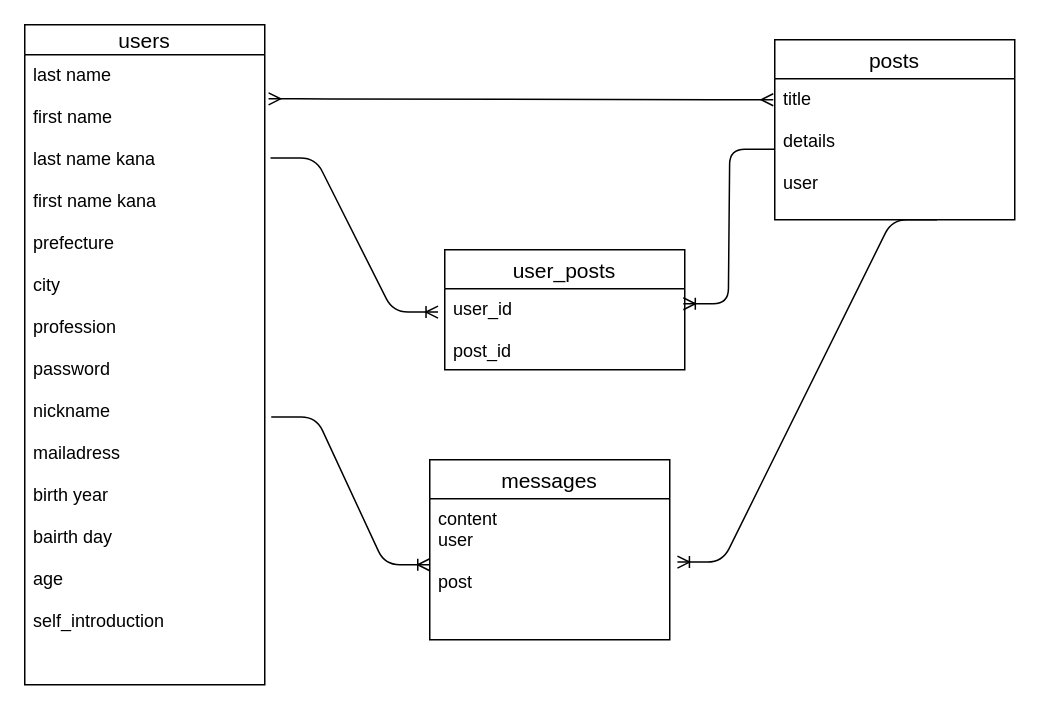
Above: come_together.dio in hoya-syta/come-together (draw.io), before the change. Source tidied: cells renumbered, new cells numbered last; positions are measured from the earlier drawing's top-left corner, leaving out a move shared by most shapes. Both pictures are drawn from the tidied source at 150%, with x=0, y=0 at pixel (24, 24).
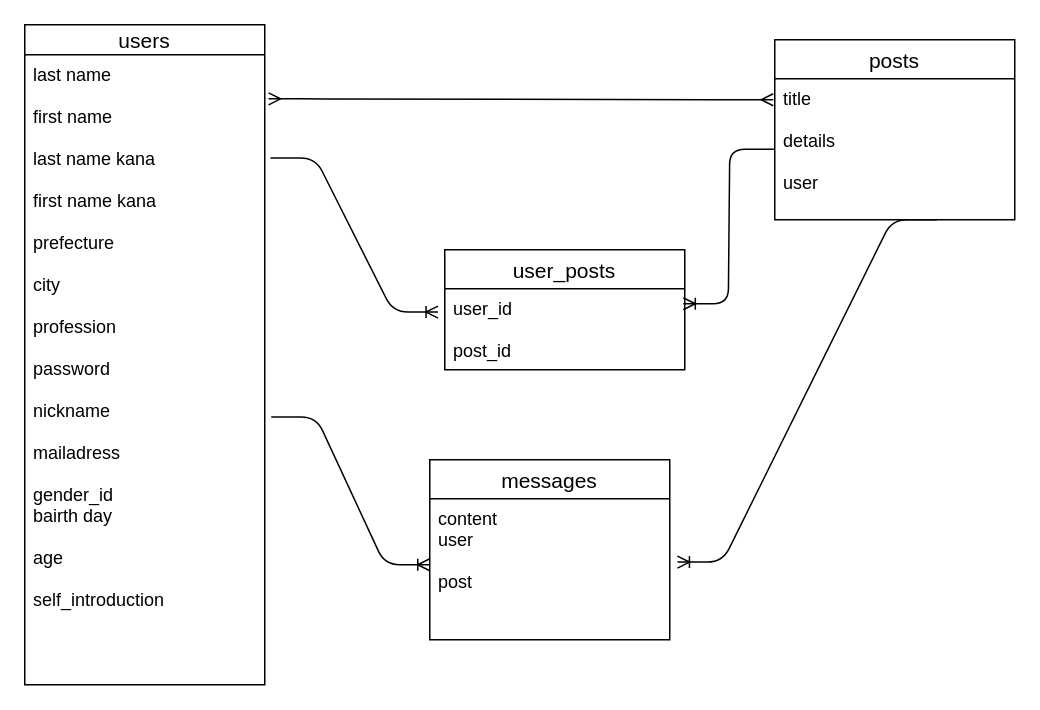
The same diagram, later.

The edit, as a diff of the source:
```diff
@@
 <mxGraphModel>
   <root>
     <mxCell id="0" />
     <mxCell id="1" parent="0" />
     <mxCell id="2" value="users" style="swimlane;fontStyle=0;horizontal=1;startSize=20;align=center;fontSize=14;" parent="1" vertex="1">
       <mxGeometry width="160" height="440" as="geometry" />
     </mxCell>
-    <mxCell id="3" value="last name&#10;&#10;first name&#10;&#10;last name kana&#10;&#10;first name kana&#10;&#10;prefecture&#10;&#10;city&#10;&#10;profession&#10;&#10;password&#10;&#10;nickname&#10;&#10;mailadress&#10;&#10;birth year&#10;&#10;bairth day&#10;&#10;age&#10;&#10;self_introduction&#10;" style="text;strokeColor=none;fillColor=none;spacingLeft=4;spacingRight=4;overflow=hidden;points=[[0,0.5],[1,0.5]];portConstraint=eastwest;fontSize=12;" parent="2" vertex="1">
+    <mxCell id="3" value="last name&#10;&#10;first name&#10;&#10;last name kana&#10;&#10;first name kana&#10;&#10;prefecture&#10;&#10;city&#10;&#10;profession&#10;&#10;password&#10;&#10;nickname&#10;&#10;mailadress&#10;&#10;gender_id &#10;bairth day&#10;&#10;age&#10;&#10;self_introduction&#10;" style="text;strokeColor=none;fillColor=none;spacingLeft=4;spacingRight=4;overflow=hidden;points=[[0,0.5],[1,0.5]];portConstraint=eastwest;fontSize=12;" parent="2" vertex="1">
       <mxGeometry y="20" width="160" height="420" as="geometry" />
     </mxCell>
     <mxCell id="4" value="posts" style="swimlane;fontStyle=0;horizontal=1;startSize=26;align=center;fontSize=14;" parent="1" vertex="1">
       <mxGeometry x="500" y="10" width="160" height="120" as="geometry" />
     </mxCell>
     <mxCell id="5" value="title&#10;&#10;details&#10;&#10;user&#10;&#10;" style="text;strokeColor=none;fillColor=none;spacingLeft=4;spacingRight=4;overflow=hidden;points=[[0,0.5],[1,0.5]];portConstraint=eastwest;fontSize=12;" parent="4" vertex="1">
       <mxGeometry y="26" width="160" height="94" as="geometry" />
     </mxCell>
     <mxCell id="6" value="messages" style="swimlane;fontStyle=0;horizontal=1;startSize=26;align=center;fontSize=14;" parent="1" vertex="1">
       <mxGeometry x="270" y="290" width="160" height="120" as="geometry" />
     </mxCell>
     <mxCell id="7" value="content&#10;user&#10;&#10;post&#10;" style="text;strokeColor=none;fillColor=none;spacingLeft=4;spacingRight=4;overflow=hidden;points=[[0,0.5],[1,0.5]];portConstraint=eastwest;fontSize=12;" parent="6" vertex="1">
       <mxGeometry y="26" width="160" height="94" as="geometry" />
     </mxCell>
     <mxCell id="8" value="user_posts" style="swimlane;fontStyle=0;horizontal=1;startSize=26;align=center;fontSize=14;" parent="1" vertex="1">
       <mxGeometry x="280" y="150" width="160" height="80" as="geometry" />
     </mxCell>
     <mxCell id="9" value="user_id&#10;&#10;post_id&#10;" style="text;strokeColor=none;fillColor=none;spacingLeft=4;spacingRight=4;overflow=hidden;points=[[0,0.5],[1,0.5]];portConstraint=eastwest;fontSize=12;" parent="8" vertex="1">
       <mxGeometry y="26" width="160" height="54" as="geometry" />
     </mxCell>
     <mxCell id="10" style="edgeStyle=entityRelationEdgeStyle;fontSize=12;html=1;endArrow=ERoneToMany;exitX=1.024;exitY=0.164;exitDx=0;exitDy=0;exitPerimeter=0;entryX=-0.028;entryY=0.288;entryDx=0;entryDy=0;entryPerimeter=0;" parent="1" edge="1" source="3" target="9">
       <mxGeometry relative="1" as="geometry" />
     </mxCell>
     <mxCell id="11" style="edgeStyle=entityRelationEdgeStyle;fontSize=12;html=1;endArrow=ERoneToMany;exitX=1.027;exitY=0.575;exitDx=0;exitDy=0;exitPerimeter=0;" parent="1" edge="1" source="3">
       <mxGeometry relative="1" as="geometry">
         <mxPoint x="270" y="360" as="targetPoint" />
       </mxGeometry>
     </mxCell>
     <mxCell id="12" style="edgeStyle=entityRelationEdgeStyle;fontSize=12;html=1;endArrow=ERoneToMany;entryX=0.994;entryY=0.185;entryDx=0;entryDy=0;entryPerimeter=0;" parent="1" edge="1" source="5" target="9">
       <mxGeometry relative="1" as="geometry" />
     </mxCell>
     <mxCell id="13" style="edgeStyle=entityRelationEdgeStyle;fontSize=12;html=1;endArrow=ERmany;startArrow=ERmany;exitX=1.016;exitY=0.07;exitDx=0;exitDy=0;exitPerimeter=0;" parent="1" edge="1" source="3">
       <mxGeometry relative="1" as="geometry">
         <mxPoint x="499" y="50" as="targetPoint" />
       </mxGeometry>
     </mxCell>
     <mxCell id="14" style="edgeStyle=entityRelationEdgeStyle;fontSize=12;html=1;endArrow=ERoneToMany;exitX=0.676;exitY=1;exitDx=0;exitDy=0;exitPerimeter=0;entryX=1.032;entryY=0.449;entryDx=0;entryDy=0;entryPerimeter=0;" parent="1" edge="1" source="5" target="7">
       <mxGeometry relative="1" as="geometry" />
     </mxCell>
   </root>
 </mxGraphModel>
```
